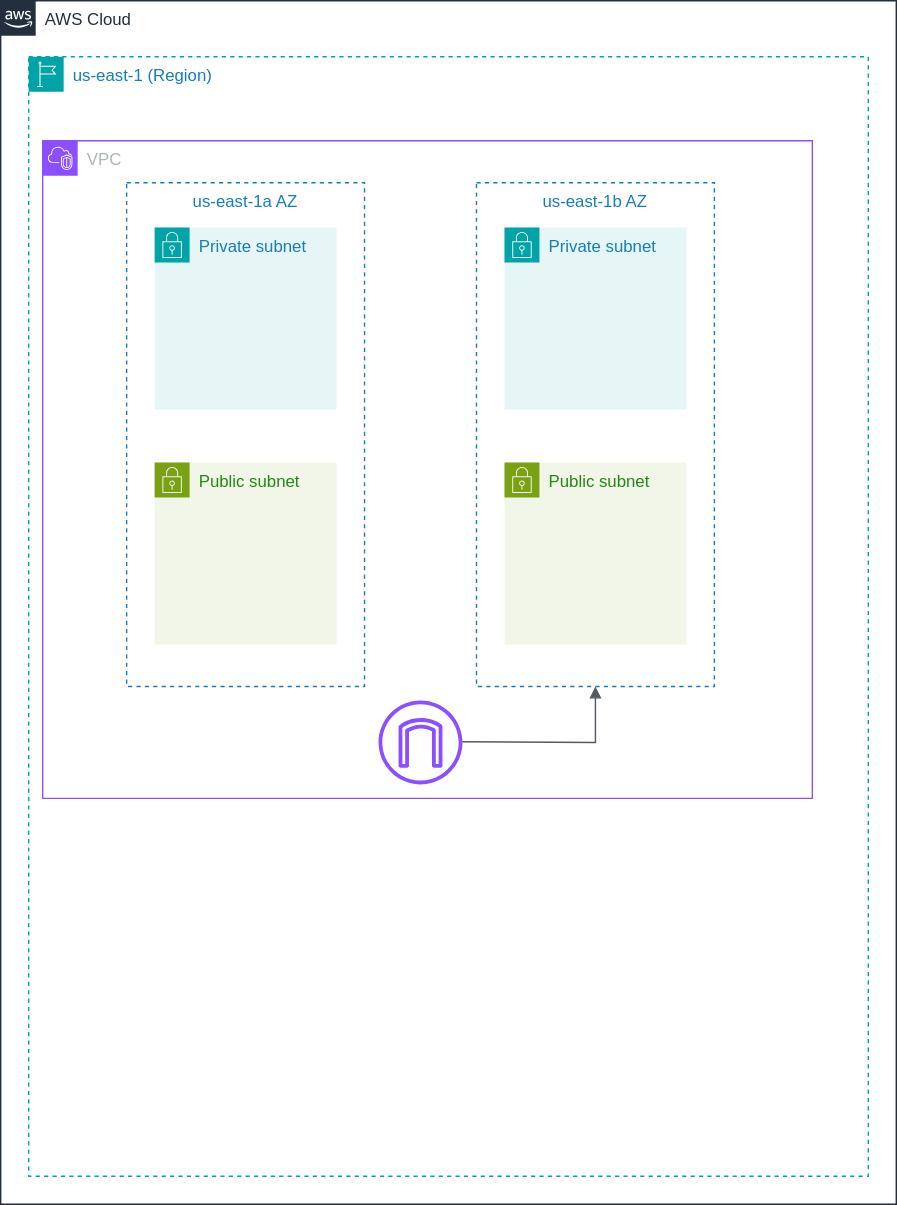
This is project2_webapp_with_cloudformation/udacity_project_2_architecture_diagram.drawio.svg from GabrielSGoncalves/udacity_cloud_devops_engineer_nanodegree, a draw.io export, as it was before one commit. Source tidied: cells renumbered, new cells last; positions are measured from the earlier drawing's top-left corner, leaving out a move shared by most shapes. Source of this version:
```xml
<mxGraphModel>
  <root>
    <mxCell id="0" />
    <mxCell id="1" parent="0" />
    <mxCell id="2" value="AWS Cloud" style="gradientColor=none;html=1;whiteSpace=wrap;fontSize=12;fontStyle=0;shape=mxgraph.aws4.group;grIcon=mxgraph.aws4.group_aws_cloud_alt;strokeColor=#232F3E;fillColor=none;verticalAlign=top;align=left;spacingLeft=30;fontColor=#232F3E;dashed=0;" parent="1" vertex="1">
      <mxGeometry width="640" height="860" as="geometry" />
    </mxCell>
    <mxCell id="3" value="us-east-1 (Region)" style="gradientColor=none;html=1;whiteSpace=wrap;fontSize=12;fontStyle=0;shape=mxgraph.aws4.group;grIcon=mxgraph.aws4.group_region;strokeColor=#00A4A6;fillColor=none;verticalAlign=top;align=left;spacingLeft=30;fontColor=#147EBA;dashed=1;" parent="2" vertex="1">
      <mxGeometry x="20" y="40" width="600" height="800" as="geometry" />
    </mxCell>
    <mxCell id="4" value="VPC" style="gradientColor=none;html=1;whiteSpace=wrap;fontSize=12;fontStyle=0;shape=mxgraph.aws4.group;grIcon=mxgraph.aws4.group_vpc2;strokeColor=#8C4FFF;fillColor=none;verticalAlign=top;align=left;spacingLeft=30;fontColor=#AAB7B8;dashed=0;" parent="1" vertex="1">
      <mxGeometry x="30" y="100" width="550" height="470" as="geometry" />
    </mxCell>
    <mxCell id="5" value="us-east-1a AZ" style="fillColor=none;strokeColor=#147EBA;dashed=1;verticalAlign=top;fontStyle=0;fontColor=#147EBA;whiteSpace=wrap;html=1;" parent="4" vertex="1">
      <mxGeometry x="60" y="30" width="170" height="360" as="geometry" />
    </mxCell>
    <mxCell id="6" value="us-east-1b AZ" style="fillColor=none;strokeColor=#147EBA;dashed=1;verticalAlign=top;fontStyle=0;fontColor=#147EBA;whiteSpace=wrap;html=1;" parent="4" vertex="1">
      <mxGeometry x="310" y="30" width="170" height="360" as="geometry" />
    </mxCell>
    <mxCell id="7" value="Private subnet" style="gradientColor=none;html=1;whiteSpace=wrap;fontSize=12;fontStyle=0;shape=mxgraph.aws4.group;grIcon=mxgraph.aws4.group_security_group;grStroke=0;strokeColor=#00A4A6;fillColor=#E6F6F7;verticalAlign=top;align=left;spacingLeft=30;fontColor=#147EBA;dashed=0;" parent="4" vertex="1">
      <mxGeometry x="80" y="62" width="130" height="130" as="geometry" />
    </mxCell>
    <mxCell id="8" value="Public subnet" style="gradientColor=none;html=1;whiteSpace=wrap;fontSize=12;fontStyle=0;shape=mxgraph.aws4.group;grIcon=mxgraph.aws4.group_security_group;grStroke=0;strokeColor=#7AA116;fillColor=#F2F6E8;verticalAlign=top;align=left;spacingLeft=30;fontColor=#248814;dashed=0;" parent="4" vertex="1">
      <mxGeometry x="80" y="230" width="130" height="130" as="geometry" />
    </mxCell>
    <mxCell id="9" value="Private subnet" style="gradientColor=none;html=1;whiteSpace=wrap;fontSize=12;fontStyle=0;shape=mxgraph.aws4.group;grIcon=mxgraph.aws4.group_security_group;grStroke=0;strokeColor=#00A4A6;fillColor=#E6F6F7;verticalAlign=top;align=left;spacingLeft=30;fontColor=#147EBA;dashed=0;" parent="4" vertex="1">
      <mxGeometry x="330" y="62" width="130" height="130" as="geometry" />
    </mxCell>
    <mxCell id="10" value="Public subnet" style="gradientColor=none;html=1;whiteSpace=wrap;fontSize=12;fontStyle=0;shape=mxgraph.aws4.group;grIcon=mxgraph.aws4.group_security_group;grStroke=0;strokeColor=#7AA116;fillColor=#F2F6E8;verticalAlign=top;align=left;spacingLeft=30;fontColor=#248814;dashed=0;" parent="4" vertex="1">
      <mxGeometry x="330" y="230" width="130" height="130" as="geometry" />
    </mxCell>
    <mxCell id="11" style="sketch=0;fontColor=#232F3E;gradientColor=none;fillColor=#8C4FFF;strokeColor=none;dashed=0;verticalLabelPosition=bottom;verticalAlign=top;align=center;html=1;fontSize=12;fontStyle=0;shape=mxgraph.aws4.internet_gateway;" parent="4" vertex="1">
      <mxGeometry x="240" y="400" width="60" height="60" as="geometry" />
    </mxCell>
    <mxCell id="12" style="edgeStyle=orthogonalEdgeStyle;html=1;endArrow=block;elbow=vertical;startArrow=none;endFill=1;strokeColor=#545B64;rounded=0;" parent="4" edge="1" target="6">
      <mxGeometry relative="1" as="geometry">
        <mxPoint x="300" y="429.5" as="sourcePoint" />
      </mxGeometry>
    </mxCell>
  </root>
</mxGraphModel>
```
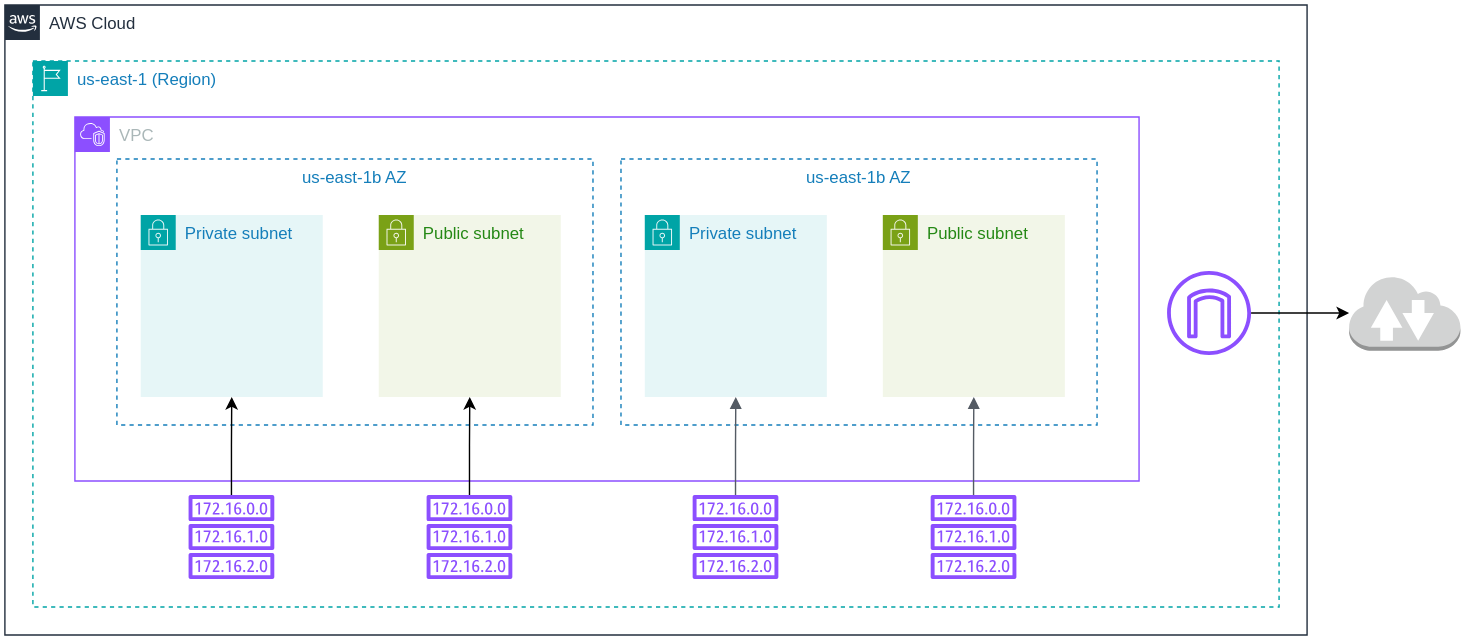
The same file after the commit.

Commit message:
Update network diagram

Diff of the diagram source:
```diff
@@ -3,39 +3,64 @@
     <mxCell id="0" />
     <mxCell id="1" parent="0" />
     <mxCell id="2" value="AWS Cloud" style="gradientColor=none;html=1;whiteSpace=wrap;fontSize=12;fontStyle=0;shape=mxgraph.aws4.group;grIcon=mxgraph.aws4.group_aws_cloud_alt;strokeColor=#232F3E;fillColor=none;verticalAlign=top;align=left;spacingLeft=30;fontColor=#232F3E;dashed=0;" parent="1" vertex="1">
-      <mxGeometry width="640" height="860" as="geometry" />
+      <mxGeometry width="930" height="450" as="geometry" />
     </mxCell>
     <mxCell id="3" value="us-east-1 (Region)" style="gradientColor=none;html=1;whiteSpace=wrap;fontSize=12;fontStyle=0;shape=mxgraph.aws4.group;grIcon=mxgraph.aws4.group_region;strokeColor=#00A4A6;fillColor=none;verticalAlign=top;align=left;spacingLeft=30;fontColor=#147EBA;dashed=1;" parent="2" vertex="1">
-      <mxGeometry x="20" y="40" width="600" height="800" as="geometry" />
+      <mxGeometry x="20" y="40" width="890" height="390" as="geometry" />
     </mxCell>
-    <mxCell id="4" value="VPC" style="gradientColor=none;html=1;whiteSpace=wrap;fontSize=12;fontStyle=0;shape=mxgraph.aws4.group;grIcon=mxgraph.aws4.group_vpc2;strokeColor=#8C4FFF;fillColor=none;verticalAlign=top;align=left;spacingLeft=30;fontColor=#AAB7B8;dashed=0;" parent="1" vertex="1">
-      <mxGeometry x="30" y="100" width="550" height="470" as="geometry" />
+    <mxCell id="4" value="VPC" style="gradientColor=none;html=1;whiteSpace=wrap;fontSize=12;fontStyle=0;shape=mxgraph.aws4.group;grIcon=mxgraph.aws4.group_vpc2;strokeColor=#8C4FFF;fillColor=none;verticalAlign=top;align=left;spacingLeft=30;fontColor=#AAB7B8;dashed=0;" parent="3" vertex="1">
+      <mxGeometry x="30" y="40" width="760" height="260" as="geometry" />
     </mxCell>
-    <mxCell id="5" value="us-east-1a AZ" style="fillColor=none;strokeColor=#147EBA;dashed=1;verticalAlign=top;fontStyle=0;fontColor=#147EBA;whiteSpace=wrap;html=1;" parent="4" vertex="1">
-      <mxGeometry x="60" y="30" width="170" height="360" as="geometry" />
-    </mxCell>
-    <mxCell id="6" value="us-east-1b AZ" style="fillColor=none;strokeColor=#147EBA;dashed=1;verticalAlign=top;fontStyle=0;fontColor=#147EBA;whiteSpace=wrap;html=1;" parent="4" vertex="1">
-      <mxGeometry x="310" y="30" width="170" height="360" as="geometry" />
-    </mxCell>
-    <mxCell id="7" value="Private subnet" style="gradientColor=none;html=1;whiteSpace=wrap;fontSize=12;fontStyle=0;shape=mxgraph.aws4.group;grIcon=mxgraph.aws4.group_security_group;grStroke=0;strokeColor=#00A4A6;fillColor=#E6F6F7;verticalAlign=top;align=left;spacingLeft=30;fontColor=#147EBA;dashed=0;" parent="4" vertex="1">
-      <mxGeometry x="80" y="62" width="130" height="130" as="geometry" />
-    </mxCell>
-    <mxCell id="8" value="Public subnet" style="gradientColor=none;html=1;whiteSpace=wrap;fontSize=12;fontStyle=0;shape=mxgraph.aws4.group;grIcon=mxgraph.aws4.group_security_group;grStroke=0;strokeColor=#7AA116;fillColor=#F2F6E8;verticalAlign=top;align=left;spacingLeft=30;fontColor=#248814;dashed=0;" parent="4" vertex="1">
-      <mxGeometry x="80" y="230" width="130" height="130" as="geometry" />
-    </mxCell>
-    <mxCell id="9" value="Private subnet" style="gradientColor=none;html=1;whiteSpace=wrap;fontSize=12;fontStyle=0;shape=mxgraph.aws4.group;grIcon=mxgraph.aws4.group_security_group;grStroke=0;strokeColor=#00A4A6;fillColor=#E6F6F7;verticalAlign=top;align=left;spacingLeft=30;fontColor=#147EBA;dashed=0;" parent="4" vertex="1">
-      <mxGeometry x="330" y="62" width="130" height="130" as="geometry" />
-    </mxCell>
-    <mxCell id="10" value="Public subnet" style="gradientColor=none;html=1;whiteSpace=wrap;fontSize=12;fontStyle=0;shape=mxgraph.aws4.group;grIcon=mxgraph.aws4.group_security_group;grStroke=0;strokeColor=#7AA116;fillColor=#F2F6E8;verticalAlign=top;align=left;spacingLeft=30;fontColor=#248814;dashed=0;" parent="4" vertex="1">
-      <mxGeometry x="330" y="230" width="130" height="130" as="geometry" />
-    </mxCell>
-    <mxCell id="11" style="sketch=0;fontColor=#232F3E;gradientColor=none;fillColor=#8C4FFF;strokeColor=none;dashed=0;verticalLabelPosition=bottom;verticalAlign=top;align=center;html=1;fontSize=12;fontStyle=0;shape=mxgraph.aws4.internet_gateway;" parent="4" vertex="1">
-      <mxGeometry x="240" y="400" width="60" height="60" as="geometry" />
-    </mxCell>
-    <mxCell id="12" style="edgeStyle=orthogonalEdgeStyle;html=1;endArrow=block;elbow=vertical;startArrow=none;endFill=1;strokeColor=#545B64;rounded=0;" parent="4" edge="1" target="6">
-      <mxGeometry relative="1" as="geometry">
-        <mxPoint x="300" y="429.5" as="sourcePoint" />
-      </mxGeometry>
-    </mxCell>
+    <mxCell id="13" value="Private subnet" style="points=[[0,0],[0.25,0],[0.5,0],[0.75,0],[1,0],[1,0.25],[1,0.5],[1,0.75],[1,1],[0.75,1],[0.5,1],[0.25,1],[0,1],[0,0.75],[0,0.5],[0,0.25]];outlineConnect=0;gradientColor=none;html=1;whiteSpace=wrap;fontSize=12;fontStyle=0;shape=mxgraph.aws4.group;grIcon=mxgraph.aws4.group_security_group;grStroke=0;strokeColor=#00A4A6;fillColor=#E6F6F7;verticalAlign=top;align=left;spacingLeft=30;fontColor=#147EBA;dashed=0;" parent="4" vertex="1">
+      <mxGeometry x="47" y="70" width="130" height="130" as="geometry" />
+    </mxCell>
+    <mxCell id="14" value="Public subnet" style="points=[[0,0],[0.25,0],[0.5,0],[0.75,0],[1,0],[1,0.25],[1,0.5],[1,0.75],[1,1],[0.75,1],[0.5,1],[0.25,1],[0,1],[0,0.75],[0,0.5],[0,0.25]];outlineConnect=0;gradientColor=none;html=1;whiteSpace=wrap;fontSize=12;fontStyle=0;shape=mxgraph.aws4.group;grIcon=mxgraph.aws4.group_security_group;grStroke=0;strokeColor=#7AA116;fillColor=#F2F6E8;verticalAlign=top;align=left;spacingLeft=30;fontColor=#248814;dashed=0;" parent="4" vertex="1">
+      <mxGeometry x="217" y="70" width="130" height="130" as="geometry" />
+    </mxCell>
+    <mxCell id="15" value="Private subnet" style="points=[[0,0],[0.25,0],[0.5,0],[0.75,0],[1,0],[1,0.25],[1,0.5],[1,0.75],[1,1],[0.75,1],[0.5,1],[0.25,1],[0,1],[0,0.75],[0,0.5],[0,0.25]];outlineConnect=0;gradientColor=none;html=1;whiteSpace=wrap;fontSize=12;fontStyle=0;shape=mxgraph.aws4.group;grIcon=mxgraph.aws4.group_security_group;grStroke=0;strokeColor=#00A4A6;fillColor=#E6F6F7;verticalAlign=top;align=left;spacingLeft=30;fontColor=#147EBA;dashed=0;" parent="4" vertex="1">
+      <mxGeometry x="407" y="70" width="130" height="130" as="geometry" />
+    </mxCell>
+    <mxCell id="16" value="Public subnet" style="points=[[0,0],[0.25,0],[0.5,0],[0.75,0],[1,0],[1,0.25],[1,0.5],[1,0.75],[1,1],[0.75,1],[0.5,1],[0.25,1],[0,1],[0,0.75],[0,0.5],[0,0.25]];outlineConnect=0;gradientColor=none;html=1;whiteSpace=wrap;fontSize=12;fontStyle=0;shape=mxgraph.aws4.group;grIcon=mxgraph.aws4.group_security_group;grStroke=0;strokeColor=#7AA116;fillColor=#F2F6E8;verticalAlign=top;align=left;spacingLeft=30;fontColor=#248814;dashed=0;" parent="4" vertex="1">
+      <mxGeometry x="577" y="70" width="130" height="130" as="geometry" />
+    </mxCell>
+    <mxCell id="17" value="us-east-1b AZ" style="fillColor=none;strokeColor=#147EBA;dashed=1;verticalAlign=top;fontStyle=0;fontColor=#147EBA;whiteSpace=wrap;html=1;" parent="4" vertex="1">
+      <mxGeometry x="390" y="30" width="340" height="190" as="geometry" />
+    </mxCell>
+    <mxCell id="18" value="us-east-1b AZ" style="fillColor=none;strokeColor=#147EBA;dashed=1;verticalAlign=top;fontStyle=0;fontColor=#147EBA;whiteSpace=wrap;html=1;" parent="4" vertex="1">
+      <mxGeometry x="30" y="30" width="340" height="190" as="geometry" />
+    </mxCell>
+    <mxCell id="19" style="sketch=0;outlineConnect=0;fontColor=#232F3E;gradientColor=none;fillColor=#8C4FFF;strokeColor=none;dashed=0;verticalLabelPosition=bottom;verticalAlign=top;align=center;html=1;fontSize=12;fontStyle=0;shape=mxgraph.aws4.internet_gateway;" parent="3" vertex="1">
+      <mxGeometry x="810" y="150" width="60" height="60" as="geometry" />
+    </mxCell>
+    <mxCell id="20" style="edgeStyle=orthogonalEdgeStyle;rounded=0;jettySize=auto;html=1;" parent="3" edge="1" source="21" target="13">
+      <mxGeometry relative="1" as="geometry" />
+    </mxCell>
+    <mxCell id="21" style="sketch=0;outlineConnect=0;fontColor=#232F3E;gradientColor=none;fillColor=#8C4FFF;strokeColor=none;dashed=0;verticalLabelPosition=bottom;verticalAlign=top;align=center;html=1;fontSize=12;fontStyle=0;shape=mxgraph.aws4.route_table;" parent="3" vertex="1">
+      <mxGeometry x="111" y="310" width="61.6" height="60" as="geometry" />
+    </mxCell>
+    <mxCell id="22" style="sketch=0;outlineConnect=0;fontColor=#232F3E;gradientColor=none;fillColor=#8C4FFF;strokeColor=none;dashed=0;verticalLabelPosition=bottom;verticalAlign=top;align=center;html=1;fontSize=12;fontStyle=0;shape=mxgraph.aws4.route_table;" parent="3" vertex="1">
+      <mxGeometry x="641" y="310" width="61.6" height="60" as="geometry" />
+    </mxCell>
+    <mxCell id="23" style="sketch=0;outlineConnect=0;fontColor=#232F3E;gradientColor=none;fillColor=#8C4FFF;strokeColor=none;dashed=0;verticalLabelPosition=bottom;verticalAlign=top;align=center;html=1;fontSize=12;fontStyle=0;shape=mxgraph.aws4.route_table;" parent="3" vertex="1">
+      <mxGeometry x="471" y="310" width="61.6" height="60" as="geometry" />
+    </mxCell>
+    <mxCell id="24" style="edgeStyle=orthogonalEdgeStyle;rounded=0;jettySize=auto;html=1;entryX=0.5;entryY=1;entryDx=0;entryDy=0;" parent="3" edge="1" source="25" target="14">
+      <mxGeometry relative="1" as="geometry" />
+    </mxCell>
+    <mxCell id="25" style="sketch=0;outlineConnect=0;fontColor=#232F3E;gradientColor=none;fillColor=#8C4FFF;strokeColor=none;dashed=0;verticalLabelPosition=bottom;verticalAlign=top;align=center;html=1;fontSize=12;fontStyle=0;shape=mxgraph.aws4.route_table;" parent="3" vertex="1">
+      <mxGeometry x="281" y="310" width="61.6" height="60" as="geometry" />
+    </mxCell>
+    <mxCell id="26" style="edgeStyle=orthogonalEdgeStyle;html=1;endArrow=block;elbow=vertical;startArrow=none;endFill=1;strokeColor=#545B64;rounded=0;" parent="3" edge="1" source="23" target="15">
+      <mxGeometry relative="1" as="geometry" />
+    </mxCell>
+    <mxCell id="27" style="edgeStyle=orthogonalEdgeStyle;html=1;endArrow=block;elbow=vertical;startArrow=none;endFill=1;strokeColor=#545B64;rounded=0;entryX=0.5;entryY=1;entryDx=0;entryDy=0;" parent="3" edge="1" source="22" target="16">
+      <mxGeometry relative="1" as="geometry" />
+    </mxCell>
+    <mxCell id="28" style="outlineConnect=0;dashed=0;verticalLabelPosition=bottom;verticalAlign=top;align=center;html=1;shape=mxgraph.aws3.internet_2;fillColor=#D2D3D3;gradientColor=none;" parent="1" vertex="1">
+      <mxGeometry x="960" y="193" width="79.5" height="54" as="geometry" />
+    </mxCell>
+    <mxCell id="29" style="edgeStyle=orthogonalEdgeStyle;rounded=0;jettySize=auto;html=1;" parent="1" edge="1" source="19" target="28">
+      <mxGeometry relative="1" as="geometry" />
+    </mxCell>
   </root>
 </mxGraphModel>
```
